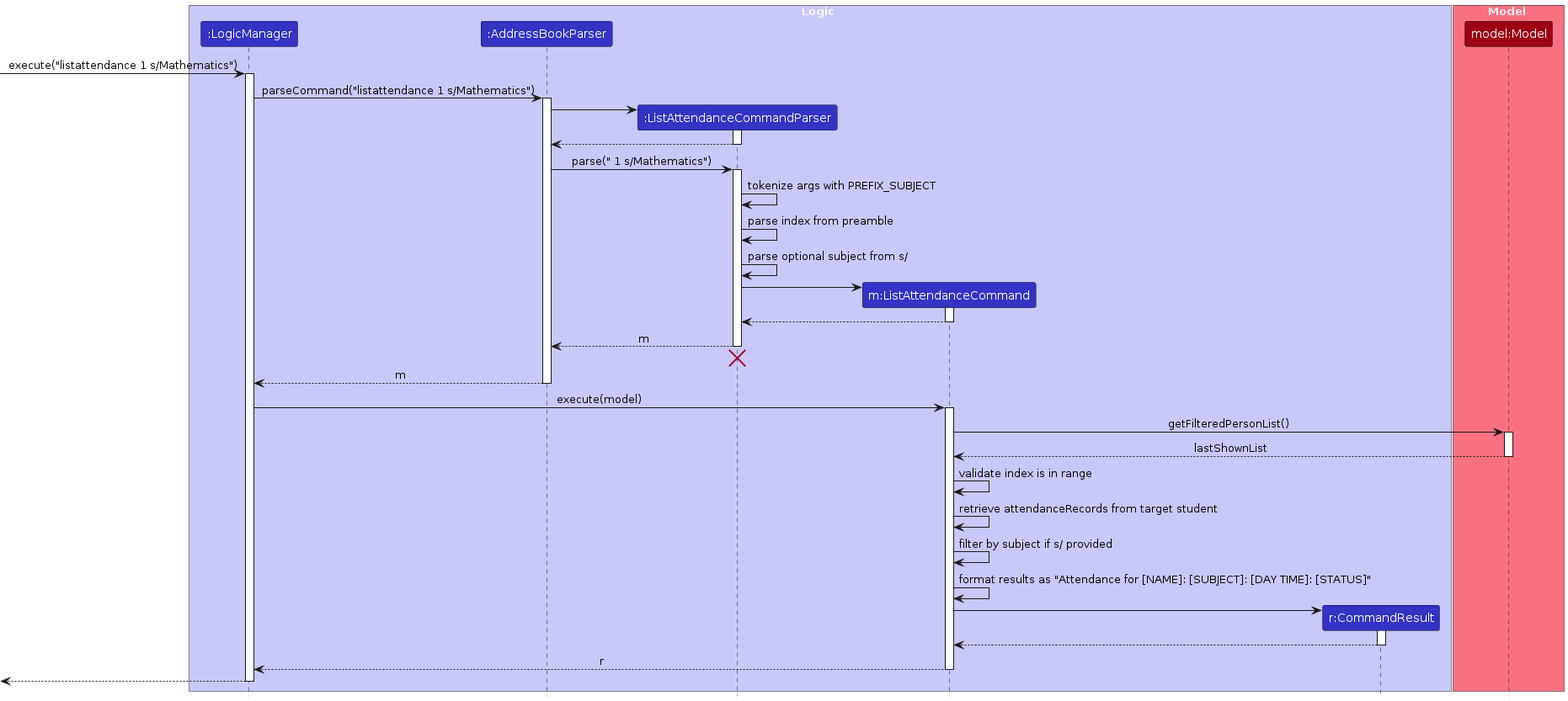
Before: diagrams/ListAttendanceSequenceDiagram.png, a diagram exported from PlantUML (AY2526S2-CS2103T-T09-2/tp). Its source is kept beside it as diagrams/ListAttendanceSequenceDiagram.puml.
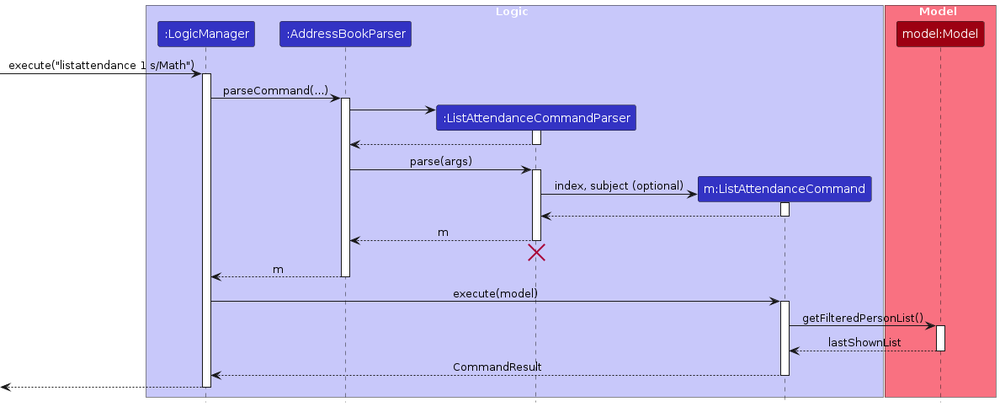
Above is the later version.

Diff of the diagram source:
```diff
@@ -5,72 +5,53 @@
 box Logic LOGIC_COLOR_T1
 participant ":LogicManager" as LogicManager LOGIC_COLOR
 participant ":AddressBookParser" as AddressBookParser LOGIC_COLOR
-participant ":ListAttendanceCommandParser" as ListAttendanceCommandParser LOGIC_COLOR
-participant "m:ListAttendanceCommand" as ListAttendanceCommand LOGIC_COLOR
-participant "r:CommandResult" as CommandResult LOGIC_COLOR
+participant ":ListAttendanceCommandParser" as Parser LOGIC_COLOR
+participant "m:ListAttendanceCommand" as Command LOGIC_COLOR
 end box
 
 box Model MODEL_COLOR_T1
 participant "model:Model" as Model MODEL_COLOR
 end box
 
-[-> LogicManager : execute("listattendance 1 s/Mathematics")
+[-> LogicManager : execute("listattendance 1 s/Math")
 activate LogicManager
 
-LogicManager -> AddressBookParser : parseCommand("listattendance 1 s/Mathematics")
+LogicManager -> AddressBookParser : parseCommand(...)
 activate AddressBookParser
 
-create ListAttendanceCommandParser
-AddressBookParser -> ListAttendanceCommandParser
-activate ListAttendanceCommandParser
+create Parser
+AddressBookParser -> Parser
+activate Parser
+Parser --> AddressBookParser
+deactivate Parser
 
-ListAttendanceCommandParser --> AddressBookParser
-deactivate ListAttendanceCommandParser
+AddressBookParser -> Parser : parse(args)
+activate Parser
 
-AddressBookParser -> ListAttendanceCommandParser : parse(" 1 s/Mathematics")
-activate ListAttendanceCommandParser
+create Command
+Parser -> Command : index, subject (optional)
+activate Command
+Command --> Parser
+deactivate Command
 
-ListAttendanceCommandParser -> ListAttendanceCommandParser : tokenize args with PREFIX_SUBJECT
-ListAttendanceCommandParser -> ListAttendanceCommandParser : parse index from preamble
-ListAttendanceCommandParser -> ListAttendanceCommandParser : parse optional subject from s/
-
-create ListAttendanceCommand
-ListAttendanceCommandParser -> ListAttendanceCommand
-activate ListAttendanceCommand
-
-ListAttendanceCommand --> ListAttendanceCommandParser
-deactivate ListAttendanceCommand
-
-ListAttendanceCommandParser --> AddressBookParser : m
-deactivate ListAttendanceCommandParser
-ListAttendanceCommandParser -[hidden]-> AddressBookParser
-destroy ListAttendanceCommandParser
+Parser --> AddressBookParser : m
+deactivate Parser
+Parser -[hidden]-> AddressBookParser
+destroy Parser
 
 AddressBookParser --> LogicManager : m
 deactivate AddressBookParser
 
-LogicManager -> ListAttendanceCommand : execute(model)
-activate ListAttendanceCommand
+LogicManager -> Command : execute(model)
+activate Command
 
-ListAttendanceCommand -> Model : getFilteredPersonList()
+Command -> Model : getFilteredPersonList()
 activate Model
-Model --> ListAttendanceCommand : lastShownList
+Model --> Command : lastShownList
 deactivate Model
 
-ListAttendanceCommand -> ListAttendanceCommand : validate index is in range
-ListAttendanceCommand -> ListAttendanceCommand : retrieve attendanceRecords from target student
-ListAttendanceCommand -> ListAttendanceCommand : filter by subject if s/ provided
-ListAttendanceCommand -> ListAttendanceCommand : format results as "Attendance for [NAME]: [SUBJECT]: [DAY TIME]: [STATUS]"
-
-create CommandResult
-ListAttendanceCommand -> CommandResult
-activate CommandResult
-
-CommandResult --> ListAttendanceCommand
-deactivate CommandResult
-
-ListAttendanceCommand --> LogicManager : r
-deactivate ListAttendanceCommand
+Command --> LogicManager : CommandResult
+deactivate Command
 
 [<--LogicManager
 deactivate LogicManager
```
